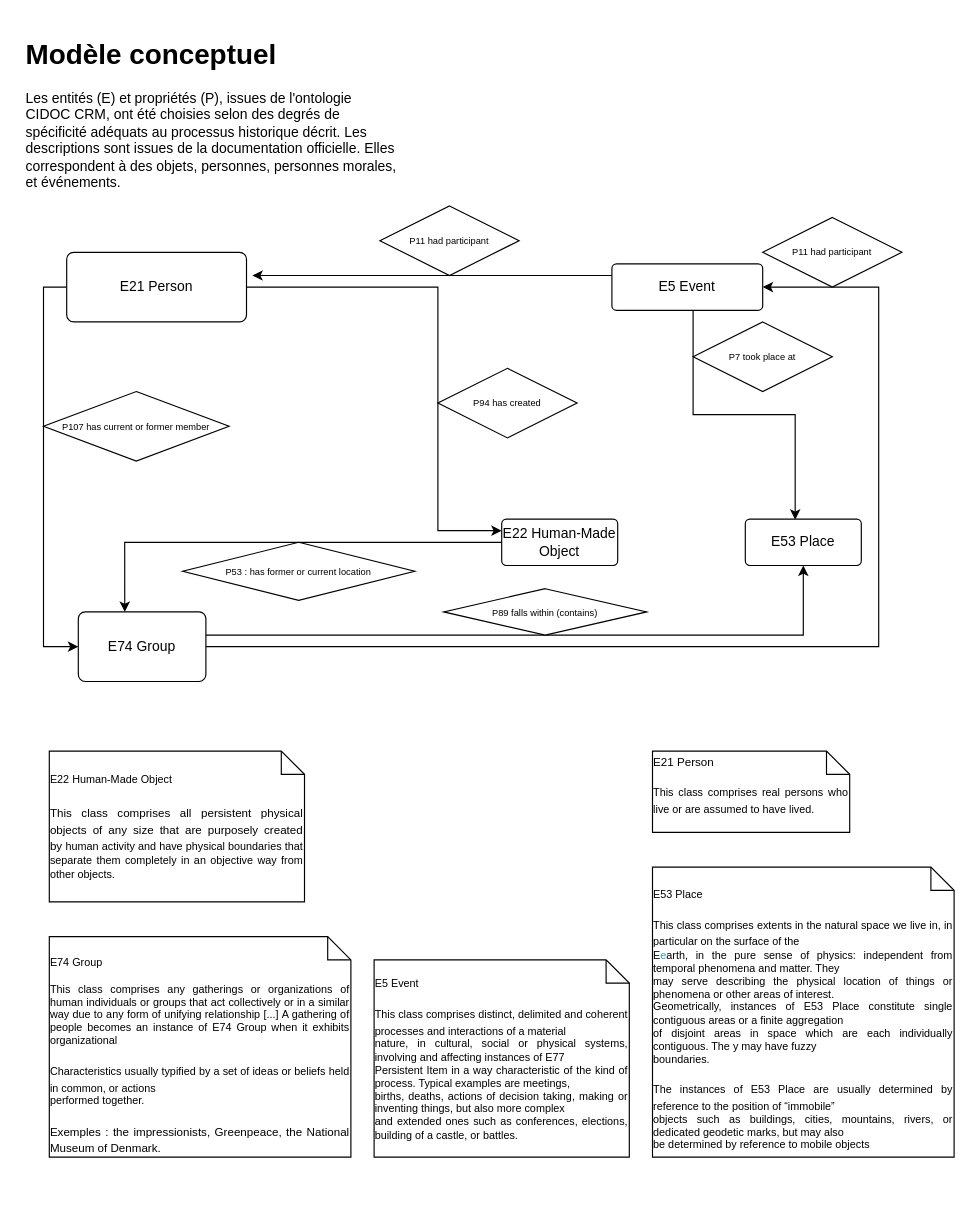
Before: CIDOC CRM.drawio in Oeconomo/Mexican_natures, a draw.io diagram. Source tidied: cells renumbered, new cells numbered last; positions are measured from the earlier drawing's top-left corner, leaving out a move shared by most shapes. Both pictures are drawn from the tidied source at 116%, with x=0, y=0 at pixel (20, 31).
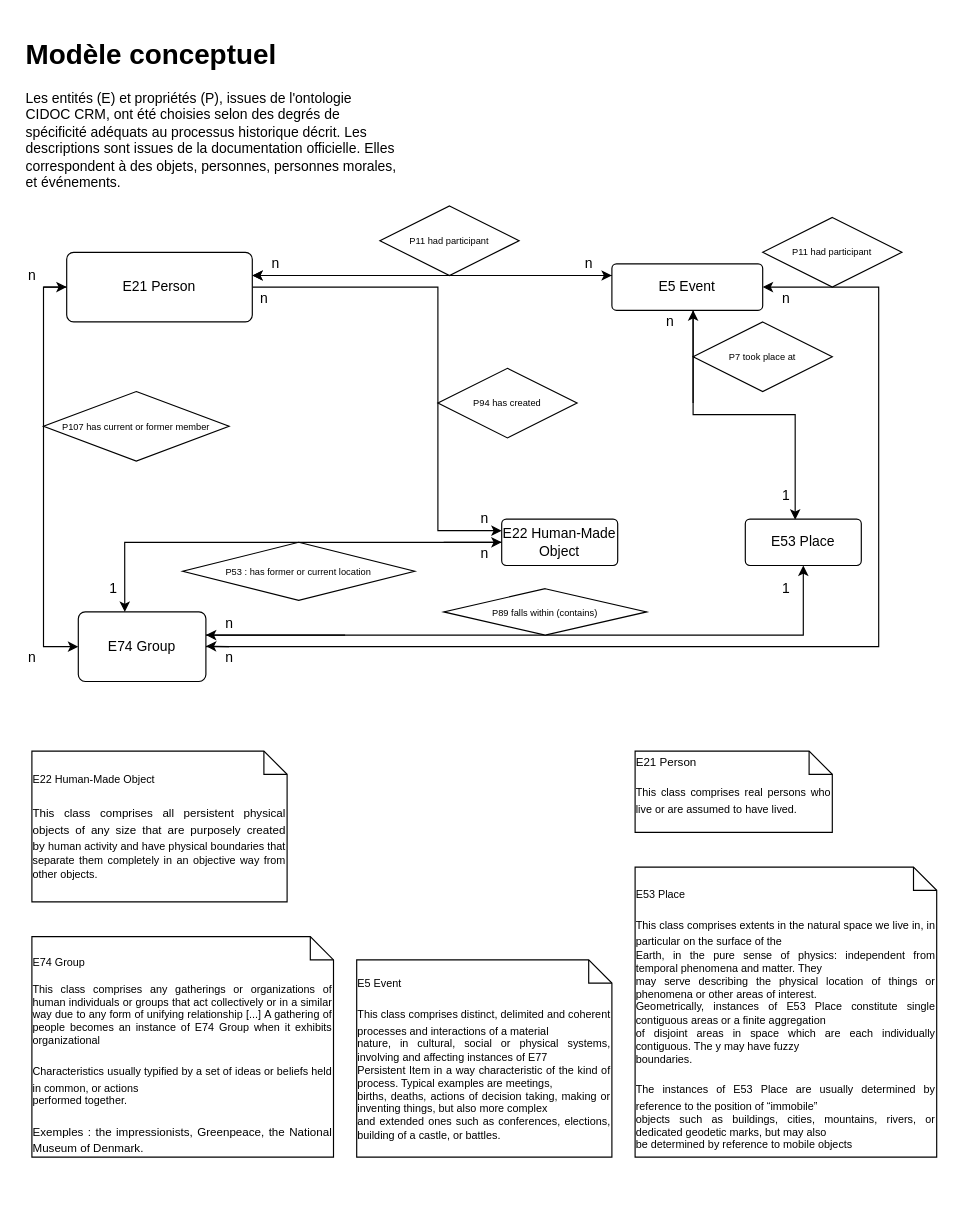
After the change.

The change refers to these unchanged cells:
```xml
<mxCell id="4" value="E5 Event" style="rounded=1;arcSize=10;whiteSpace=wrap;html=1;align=center;" parent="1" vertex="1">
  <mxGeometry x="510" y="200" width="130" height="40" as="geometry" />
</mxCell>
```

What changed in the source:
```diff
@@
-    <mxCell id="3" style="edgeStyle=orthogonalEdgeStyle;rounded=0;jettySize=auto;html=1;fontFamily=Helvetica;fontSize=8;" parent="1" edge="1" source="4">
+    <mxCell id="3" style="edgeStyle=orthogonalEdgeStyle;rounded=0;jettySize=auto;html=1;fontFamily=Helvetica;fontSize=8;exitX=0;exitY=0.25;exitDx=0;exitDy=0;" parent="1" edge="1" source="4">
       <mxGeometry relative="1" as="geometry">
         <mxPoint x="200" y="210" as="targetPoint" />
         <Array as="points">
-          <mxPoint x="210" y="210" />
-          <mxPoint x="210" y="210" />
+          <mxPoint x="260" y="210" />
         </Array>
       </mxGeometry>
     </mxCell>
@@
     <mxCell id="5" value="&lt;div&gt;&lt;div title=&quot;Page 62&quot; class=&quot;page&quot;&gt;&lt;div class=&quot;layoutArea&quot;&gt;&lt;div class=&quot;column&quot;&gt;&lt;p style=&quot;text-align: justify;&quot;&gt;&lt;span style=&quot;font-size: 7pt;&quot;&gt;E5 Event&lt;/span&gt;&lt;/p&gt;&lt;p&gt;&lt;/p&gt;&lt;div style=&quot;text-align: justify;&quot;&gt;&lt;span style=&quot;font-size: 7pt; background-color: initial;&quot;&gt;This class comprises distinct, delimited and coherent processes and interactions of a material&lt;/span&gt;&lt;/div&gt;&lt;span style=&quot;font-size: 7pt;&quot;&gt;&lt;div style=&quot;text-align: justify;&quot;&gt;&lt;span style=&quot;font-size: 7pt; background-color: initial;&quot;&gt;nature, in cultural, social or physical systems, involving and affecting instances of E77&lt;/span&gt;&lt;/div&gt;&lt;div style=&quot;text-align: justify;&quot;&gt;&lt;span style=&quot;font-size: 7pt; background-color: initial;&quot;&gt;Persistent Item in a way characteristic of the kind of process. Typical examples are meetings,&lt;/span&gt;&lt;/div&gt;&lt;div style=&quot;text-align: justify;&quot;&gt;&lt;span style=&quot;font-size: 7pt; background-color: initial;&quot;&gt;births, deaths, actions of decision taking, making or inventing things, but also more complex&lt;/span&gt;&lt;/div&gt;&lt;div style=&quot;text-align: justify;&quot;&gt;&lt;span style=&quot;font-size: 7pt; background-color: initial;&quot;&gt;and extended ones such as conferences, elections, building of a castle, or battles.&lt;/span&gt;&lt;/div&gt;&lt;/span&gt;&lt;p&gt;&lt;/p&gt;&lt;/div&gt;&lt;/div&gt;  &lt;/div&gt;&lt;/div&gt;" style="shape=note;size=20;whiteSpace=wrap;html=1;" parent="1" vertex="1">
-      <mxGeometry x="305" y="800" width="220" height="170" as="geometry" />
+      <mxGeometry x="290" y="800" width="220" height="170" as="geometry" />
     </mxCell>
@@
-    <mxCell id="7" value="&lt;div&gt;&lt;div&gt;&lt;div style=&quot;text-align: justify;&quot;&gt;&lt;br&gt;&lt;/div&gt;&lt;div title=&quot;Page 88&quot; class=&quot;page&quot;&gt;&lt;div class=&quot;layoutArea&quot;&gt;&lt;div class=&quot;column&quot;&gt;&lt;p style=&quot;text-align: justify;&quot;&gt;&lt;span style=&quot;font-size: 7pt;&quot;&gt;E53 Place&lt;/span&gt;&lt;/p&gt;&lt;p&gt;&lt;/p&gt;&lt;div style=&quot;text-align: justify;&quot;&gt;&lt;span style=&quot;font-size: 7pt; background-color: initial;&quot;&gt;This class comprises extents in the natural space we live in, in particular on the surface of the&lt;/span&gt;&lt;/div&gt;&lt;span style=&quot;font-size: 7pt;&quot;&gt;&lt;div style=&quot;text-align: justify;&quot;&gt;&lt;span style=&quot;background-color: initial; font-size: 7pt;&quot;&gt;E&lt;/span&gt;&lt;span style=&quot;background-color: initial; font-size: 7pt; color: rgb(46, 151, 211);&quot;&gt;e&lt;/span&gt;&lt;span style=&quot;background-color: initial; font-size: 7pt;&quot;&gt;arth, in the pure sense of physics: independent from temporal phenomena and matter. They&lt;/span&gt;&lt;/div&gt;&lt;/span&gt;&lt;span style=&quot;font-size: 7pt;&quot;&gt;&lt;div style=&quot;text-align: justify;&quot;&gt;&lt;span style=&quot;font-size: 7pt; background-color: initial;&quot;&gt;may serve describing the physical location of things or phenomena or other areas of interest.&lt;/span&gt;&lt;/div&gt;&lt;div style=&quot;text-align: justify;&quot;&gt;&lt;span style=&quot;font-size: 7pt; background-color: initial;&quot;&gt;Geometrically, instances of E53 Place constitute single contiguous areas or a finite aggregation&lt;/span&gt;&lt;/div&gt;&lt;div style=&quot;text-align: justify;&quot;&gt;&lt;span style=&quot;font-size: 7pt; background-color: initial;&quot;&gt;of disjoint areas in space which are each individually contiguous. The y may have fuzzy&lt;/span&gt;&lt;/div&gt;&lt;div style=&quot;text-align: justify;&quot;&gt;&lt;span style=&quot;font-size: 7pt; background-color: initial;&quot;&gt;boundaries.&lt;/span&gt;&lt;/div&gt;&lt;/span&gt;&lt;p&gt;&lt;/p&gt;     &lt;p&gt;&lt;/p&gt;&lt;div style=&quot;text-align: justify;&quot;&gt;&lt;span style=&quot;font-size: 7pt; background-color: initial;&quot;&gt;The instances of E53 Place are usually determined by reference to the position of “immobile”&lt;/span&gt;&lt;/div&gt;&lt;span style=&quot;font-size: 7pt;&quot;&gt;&lt;div style=&quot;text-align: justify;&quot;&gt;&lt;span style=&quot;font-size: 7pt; background-color: initial;&quot;&gt;objects such as buildings, cities, mountains, rivers, or dedicated geodetic marks, but may also&lt;/span&gt;&lt;/div&gt;&lt;div style=&quot;text-align: justify;&quot;&gt;&lt;span style=&quot;font-size: 7pt; background-color: initial;&quot;&gt;be determined by reference to mobile objects&lt;/span&gt;&lt;/div&gt;&lt;/span&gt;&lt;/div&gt;   &lt;/div&gt;&lt;div style=&quot;text-align: justify;&quot;&gt;&lt;br&gt;&lt;/div&gt;  &lt;/div&gt;&lt;/div&gt;&lt;/div&gt;" style="shape=note;size=20;whiteSpace=wrap;html=1;" parent="1" vertex="1">
-      <mxGeometry x="545" y="720" width="260" height="250" as="geometry" />
+    <mxCell id="7" value="&lt;div&gt;&lt;div&gt;&lt;div style=&quot;text-align: justify;&quot;&gt;&lt;br&gt;&lt;/div&gt;&lt;div title=&quot;Page 88&quot; class=&quot;page&quot;&gt;&lt;div class=&quot;layoutArea&quot;&gt;&lt;div class=&quot;column&quot;&gt;&lt;p style=&quot;text-align: justify;&quot;&gt;&lt;span style=&quot;font-size: 7pt;&quot;&gt;E53 Place&lt;/span&gt;&lt;/p&gt;&lt;p&gt;&lt;/p&gt;&lt;div style=&quot;text-align: justify;&quot;&gt;&lt;span style=&quot;font-size: 7pt; background-color: initial;&quot;&gt;This class comprises extents in the natural space we live in, in particular on the surface of the&lt;/span&gt;&lt;/div&gt;&lt;span style=&quot;font-size: 7pt;&quot;&gt;&lt;div style=&quot;text-align: justify;&quot;&gt;&lt;span style=&quot;background-color: initial; font-size: 7pt;&quot;&gt;E&lt;/span&gt;&lt;span style=&quot;background-color: initial; font-size: 7pt;&quot;&gt;arth, in the pure sense of physics: independent from temporal phenomena and matter. They&lt;/span&gt;&lt;/div&gt;&lt;/span&gt;&lt;span style=&quot;font-size: 7pt;&quot;&gt;&lt;div style=&quot;text-align: justify;&quot;&gt;&lt;span style=&quot;font-size: 7pt; background-color: initial;&quot;&gt;may serve describing the physical location of things or phenomena or other areas of interest.&lt;/span&gt;&lt;/div&gt;&lt;div style=&quot;text-align: justify;&quot;&gt;&lt;span style=&quot;font-size: 7pt; background-color: initial;&quot;&gt;Geometrically, instances of E53 Place constitute single contiguous areas or a finite aggregation&lt;/span&gt;&lt;/div&gt;&lt;div style=&quot;text-align: justify;&quot;&gt;&lt;span style=&quot;font-size: 7pt; background-color: initial;&quot;&gt;of disjoint areas in space which are each individually contiguous. The y may have fuzzy&lt;/span&gt;&lt;/div&gt;&lt;div style=&quot;text-align: justify;&quot;&gt;&lt;span style=&quot;font-size: 7pt; background-color: initial;&quot;&gt;boundaries.&lt;/span&gt;&lt;/div&gt;&lt;/span&gt;&lt;p&gt;&lt;/p&gt;     &lt;p&gt;&lt;/p&gt;&lt;div style=&quot;text-align: justify;&quot;&gt;&lt;span style=&quot;font-size: 7pt; background-color: initial;&quot;&gt;The instances of E53 Place are usually determined by reference to the position of “immobile”&lt;/span&gt;&lt;/div&gt;&lt;span style=&quot;font-size: 7pt;&quot;&gt;&lt;div style=&quot;text-align: justify;&quot;&gt;&lt;span style=&quot;font-size: 7pt; background-color: initial;&quot;&gt;objects such as buildings, cities, mountains, rivers, or dedicated geodetic marks, but may also&lt;/span&gt;&lt;/div&gt;&lt;div style=&quot;text-align: justify;&quot;&gt;&lt;span style=&quot;font-size: 7pt; background-color: initial;&quot;&gt;be determined by reference to mobile objects&lt;/span&gt;&lt;/div&gt;&lt;/span&gt;&lt;/div&gt;   &lt;/div&gt;&lt;div style=&quot;text-align: justify;&quot;&gt;&lt;br&gt;&lt;/div&gt;  &lt;/div&gt;&lt;/div&gt;&lt;/div&gt;" style="shape=note;size=20;whiteSpace=wrap;html=1;" parent="1" vertex="1">
+      <mxGeometry x="530" y="720" width="260" height="250" as="geometry" />
     </mxCell>
@@
     <mxCell id="10" value="&lt;div&gt;E21 Person&lt;/div&gt;" style="rounded=1;arcSize=10;whiteSpace=wrap;html=1;align=center;" parent="1" vertex="1">
-      <mxGeometry x="40" y="190" width="155" height="60" as="geometry" />
+      <mxGeometry x="40" y="190" width="160" height="60" as="geometry" />
     </mxCell>
     <mxCell id="11" value="&lt;div&gt;&lt;div title=&quot;Page 75&quot; class=&quot;page&quot;&gt;&lt;div class=&quot;layoutArea&quot;&gt;&lt;div style=&quot;text-align: justify;&quot; class=&quot;column&quot;&gt;&lt;font style=&quot;font-size: 10px;&quot;&gt;E21 Person&lt;/font&gt;&lt;/div&gt;&lt;div class=&quot;column&quot;&gt;     &lt;p style=&quot;text-align: justify;&quot;&gt;&lt;span style=&quot;font-size: 7pt;&quot;&gt;This class comprises real persons who live or are assumed to have lived.&lt;/span&gt;&lt;/p&gt;&lt;/div&gt;&lt;/div&gt;  &lt;/div&gt;&lt;/div&gt;" style="shape=note;size=20;whiteSpace=wrap;html=1;" parent="1" vertex="1">
-      <mxGeometry x="545" y="620" width="170" height="70" as="geometry" />
+      <mxGeometry x="530" y="620" width="170" height="70" as="geometry" />
     </mxCell>
@@
     <mxCell id="17" value="&lt;div style=&quot;text-align: justify;&quot;&gt;&lt;br&gt;&lt;/div&gt;  &lt;div style=&quot;text-align: justify;&quot;&gt;&lt;br&gt;&lt;/div&gt; &lt;div style=&quot;text-align: justify;&quot;&gt;&lt;br&gt;&lt;/div&gt;&lt;span style=&quot;font-size: 7pt; background-color: initial;&quot;&gt;&lt;div style=&quot;text-align: justify;&quot;&gt;&lt;span style=&quot;background-color: initial; font-size: 7pt;&quot;&gt;E74 Group&lt;/span&gt;&lt;/div&gt;&lt;div style=&quot;text-align: justify;&quot;&gt;&lt;span style=&quot;background-color: initial; font-size: 7pt;&quot;&gt;&lt;br&gt;&lt;/span&gt;&lt;/div&gt;&lt;div style=&quot;text-align: justify;&quot;&gt;&lt;span style=&quot;background-color: initial; font-size: 7pt;&quot;&gt;This class comprises any gatherings or organizations of human individuals or groups that act&amp;nbsp;&lt;/span&gt;&lt;span style=&quot;background-color: initial; font-size: 7pt;&quot;&gt;collectively or in a similar way due to any form of unifying relationship [...]&amp;nbsp;&lt;/span&gt;&lt;span style=&quot;background-color: initial; font-size: 7pt;&quot;&gt;A gathering of people becomes an instance of E74 Group when it exhibits organizational&lt;/span&gt;&lt;/div&gt;&lt;/span&gt;&lt;div title=&quot;Page 100&quot; class=&quot;page&quot;&gt;&lt;div class=&quot;layoutArea&quot;&gt;&lt;div class=&quot;column&quot;&gt;&lt;div title=&quot;Page 101&quot; class=&quot;page&quot;&gt;&lt;div class=&quot;layoutArea&quot;&gt;&lt;div class=&quot;column&quot;&gt;&lt;p&gt;&lt;/p&gt;&lt;div style=&quot;text-align: justify;&quot;&gt;&lt;span style=&quot;font-size: 7pt; background-color: initial;&quot;&gt;Characteristics usually typified by a set of ideas or beliefs held in common, or actions&lt;/span&gt;&lt;/div&gt;&lt;span style=&quot;font-size: 7pt;&quot;&gt;&lt;div style=&quot;text-align: justify;&quot;&gt;&lt;span style=&quot;font-size: 7pt; background-color: initial;&quot;&gt;performed together.&amp;nbsp;&lt;/span&gt;&lt;/div&gt;&lt;/span&gt;&lt;p&gt;&lt;/p&gt;&lt;p style=&quot;text-align: justify;&quot;&gt;&lt;span style=&quot;font-size: 10px; background-color: initial;&quot;&gt;Exemples : the impressionists, Greenpeace, the National Museum of Denmark.&lt;/span&gt;&lt;/p&gt;&lt;/div&gt;&lt;/div&gt;&lt;/div&gt;&lt;/div&gt;   &lt;/div&gt;&lt;div style=&quot;text-align: justify;&quot;&gt;&lt;br&gt;&lt;/div&gt;  &lt;/div&gt;" style="shape=note;size=20;whiteSpace=wrap;html=1;" parent="1" vertex="1">
-      <mxGeometry x="25" y="780" width="260" height="190" as="geometry" />
+      <mxGeometry x="10" y="780" width="260" height="190" as="geometry" />
     </mxCell>
@@
     <mxCell id="20" value="&lt;div style=&quot;text-align: justify;&quot;&gt;&lt;span style=&quot;background-color: initial; font-size: 7pt;&quot;&gt;E22 Human-Made Object&lt;/span&gt;&lt;/div&gt;&lt;span style=&quot;background-color: initial;&quot;&gt;&lt;div style=&quot;text-align: justify;&quot;&gt;&lt;font size=&quot;1&quot;&gt;&lt;br&gt;&lt;/font&gt;&lt;/div&gt;&lt;font size=&quot;1&quot;&gt;&lt;div style=&quot;text-align: justify;&quot;&gt;&lt;span style=&quot;background-color: initial; font-size: 12px;&quot;&gt;&lt;font size=&quot;1&quot;&gt;This class comprises all persistent physical objects of any size that are purposely created by&amp;nbsp;&lt;/font&gt;&lt;/span&gt;&lt;span style=&quot;background-color: initial; font-size: 7pt;&quot;&gt;human activity and have physical boundaries that separate them completely in an objective&amp;nbsp;&lt;/span&gt;&lt;span style=&quot;background-color: initial; font-size: 7pt;&quot;&gt;way from other objects.&amp;nbsp;&lt;/span&gt;&lt;/div&gt;&lt;/font&gt;&lt;/span&gt;" style="shape=note;size=20;whiteSpace=wrap;html=1;" parent="1" vertex="1">
-      <mxGeometry x="25" y="620" width="220" height="130" as="geometry" />
+      <mxGeometry x="10" y="620" width="220" height="130" as="geometry" />
     </mxCell>
@@
+    <mxCell id="27" style="endArrow=classic;startArrow=classic;html=1;rounded=0;fontFamily=Helvetica;fontSize=8;entryX=0;entryY=0.25;entryDx=0;entryDy=0;" parent="1" edge="1" target="4">
+      <mxGeometry relative="1" as="geometry">
+        <mxPoint x="200" y="210" as="sourcePoint" />
+      </mxGeometry>
+    </mxCell>
+    <mxCell id="28" style="endArrow=classic;html=1;rounded=0;fontFamily=Helvetica;fontSize=8;" parent="1" edge="1">
+      <mxGeometry relative="1" as="geometry">
+        <mxPoint x="20" y="220" as="sourcePoint" />
+        <mxPoint x="40" y="220" as="targetPoint" />
+      </mxGeometry>
+    </mxCell>
+    <mxCell id="29" style="endArrow=classic;html=1;rounded=0;fontFamily=Helvetica;fontSize=8;" parent="1" edge="1">
+      <mxGeometry relative="1" as="geometry">
+        <mxPoint x="365" y="440" as="sourcePoint" />
+        <mxPoint x="415" y="440" as="targetPoint" />
+      </mxGeometry>
+    </mxCell>
+    <mxCell id="30" style="endArrow=classic;html=1;rounded=0;fontFamily=Helvetica;fontSize=8;" parent="1" edge="1">
+      <mxGeometry relative="1" as="geometry">
+        <mxPoint x="280" y="520" as="sourcePoint" />
+        <mxPoint x="160" y="520" as="targetPoint" />
+      </mxGeometry>
+    </mxCell>
+    <mxCell id="31" style="endArrow=classic;html=1;rounded=0;fontFamily=Helvetica;fontSize=8;" parent="1" edge="1">
+      <mxGeometry relative="1" as="geometry">
+        <mxPoint x="180" y="530" as="sourcePoint" />
+        <mxPoint x="160" y="529.5" as="targetPoint" />
+      </mxGeometry>
+    </mxCell>
+    <mxCell id="32" style="endArrow=classic;html=1;rounded=0;fontFamily=Helvetica;fontSize=8;" parent="1" edge="1">
+      <mxGeometry relative="1" as="geometry">
+        <mxPoint x="580" y="320" as="sourcePoint" />
+        <mxPoint x="580" y="240" as="targetPoint" />
+      </mxGeometry>
+    </mxCell>
+    <mxCell id="33" value="&lt;font style=&quot;font-size: 12px;&quot;&gt;n&lt;/font&gt;" style="text;html=1;align=center;verticalAlign=middle;strokeColor=none;fillColor=none;fontSize=8;fontFamily=Helvetica;" parent="1" vertex="1">
+      <mxGeometry x="210" y="190" width="20" height="20" as="geometry" />
+    </mxCell>
+    <mxCell id="34" value="&lt;font style=&quot;font-size: 12px;&quot;&gt;n&lt;/font&gt;" style="text;html=1;align=center;verticalAlign=middle;strokeColor=none;fillColor=none;fontSize=8;fontFamily=Helvetica;" parent="1" vertex="1">
+      <mxGeometry y="530" width="20" height="20" as="geometry" />
+    </mxCell>
+    <mxCell id="35" value="&lt;font style=&quot;font-size: 12px;&quot;&gt;n&lt;/font&gt;" style="text;html=1;align=center;verticalAlign=middle;strokeColor=none;fillColor=none;fontSize=8;fontFamily=Helvetica;" parent="1" vertex="1">
+      <mxGeometry x="650" y="220" width="20" height="20" as="geometry" />
+    </mxCell>
+    <mxCell id="36" value="&lt;font style=&quot;font-size: 12px;&quot;&gt;n&lt;/font&gt;" style="text;html=1;align=center;verticalAlign=middle;strokeColor=none;fillColor=none;fontSize=8;fontFamily=Helvetica;" parent="1" vertex="1">
+      <mxGeometry y="200" width="20" height="20" as="geometry" />
+    </mxCell>
+    <mxCell id="37" value="&lt;font style=&quot;font-size: 12px;&quot;&gt;n&lt;/font&gt;" style="text;html=1;align=center;verticalAlign=middle;strokeColor=none;fillColor=none;fontSize=8;fontFamily=Helvetica;" parent="1" vertex="1">
+      <mxGeometry x="200" y="220" width="20" height="20" as="geometry" />
+    </mxCell>
+    <mxCell id="38" value="&lt;font style=&quot;font-size: 12px;&quot;&gt;n&lt;/font&gt;" style="text;html=1;align=center;verticalAlign=middle;strokeColor=none;fillColor=none;fontSize=8;fontFamily=Helvetica;" parent="1" vertex="1">
+      <mxGeometry x="390" y="410" width="20" height="20" as="geometry" />
+    </mxCell>
+    <mxCell id="39" value="&lt;font style=&quot;font-size: 12px;&quot;&gt;n&lt;/font&gt;" style="text;html=1;align=center;verticalAlign=middle;strokeColor=none;fillColor=none;fontSize=8;fontFamily=Helvetica;" parent="1" vertex="1">
+      <mxGeometry x="170" y="500" width="20" height="20" as="geometry" />
+    </mxCell>
+    <mxCell id="40" value="&lt;font style=&quot;font-size: 12px;&quot;&gt;n&lt;/font&gt;" style="text;html=1;align=center;verticalAlign=middle;strokeColor=none;fillColor=none;fontSize=8;fontFamily=Helvetica;" parent="1" vertex="1">
+      <mxGeometry x="170" y="530" width="20" height="20" as="geometry" />
+    </mxCell>
+    <mxCell id="41" value="&lt;font style=&quot;font-size: 12px;&quot;&gt;n&lt;/font&gt;" style="text;html=1;align=center;verticalAlign=middle;strokeColor=none;fillColor=none;fontSize=8;fontFamily=Helvetica;" parent="1" vertex="1">
+      <mxGeometry x="480" y="190" width="20" height="20" as="geometry" />
+    </mxCell>
+    <mxCell id="42" value="1" style="text;html=1;align=center;verticalAlign=middle;strokeColor=none;fillColor=none;fontSize=12;fontFamily=Helvetica;" parent="1" vertex="1">
+      <mxGeometry x="650" y="470" width="20" height="20" as="geometry" />
+    </mxCell>
+    <mxCell id="43" value="&lt;font style=&quot;font-size: 12px;&quot;&gt;n&lt;/font&gt;" style="text;html=1;align=center;verticalAlign=middle;strokeColor=none;fillColor=none;fontSize=8;fontFamily=Helvetica;" parent="1" vertex="1">
+      <mxGeometry x="550" y="240" width="20" height="20" as="geometry" />
+    </mxCell>
+    <mxCell id="44" value="1" style="text;html=1;align=center;verticalAlign=middle;strokeColor=none;fillColor=none;fontSize=12;fontFamily=Helvetica;" parent="1" vertex="1">
+      <mxGeometry x="650" y="390" width="20" height="20" as="geometry" />
+    </mxCell>
+    <mxCell id="45" value="&lt;font style=&quot;font-size: 12px;&quot;&gt;n&lt;/font&gt;" style="text;html=1;align=center;verticalAlign=middle;strokeColor=none;fillColor=none;fontSize=8;fontFamily=Helvetica;" parent="1" vertex="1">
+      <mxGeometry x="390" y="440" width="20" height="20" as="geometry" />
+    </mxCell>
+    <mxCell id="46" value="&lt;font style=&quot;font-size: 12px;&quot;&gt;1&lt;/font&gt;" style="text;html=1;align=center;verticalAlign=middle;strokeColor=none;fillColor=none;fontSize=8;fontFamily=Helvetica;" parent="1" vertex="1">
+      <mxGeometry x="70" y="470" width="20" height="20" as="geometry" />
+    </mxCell>
```
